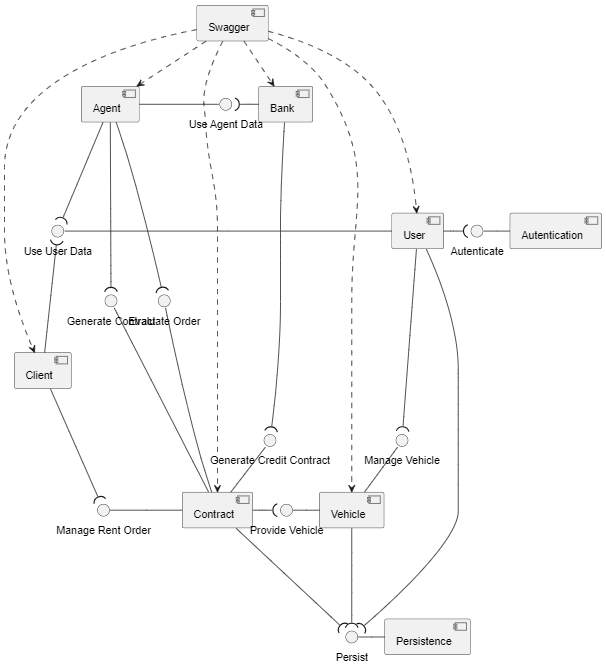
This is projeto 2/project/componentDiagram.png from migueltico2/laboratorio-de-desenvolvimento-de-software, a PlantUML export, as it was before one commit. Its source is kept beside it as projeto 2/project/componentDiagram.plantuml.
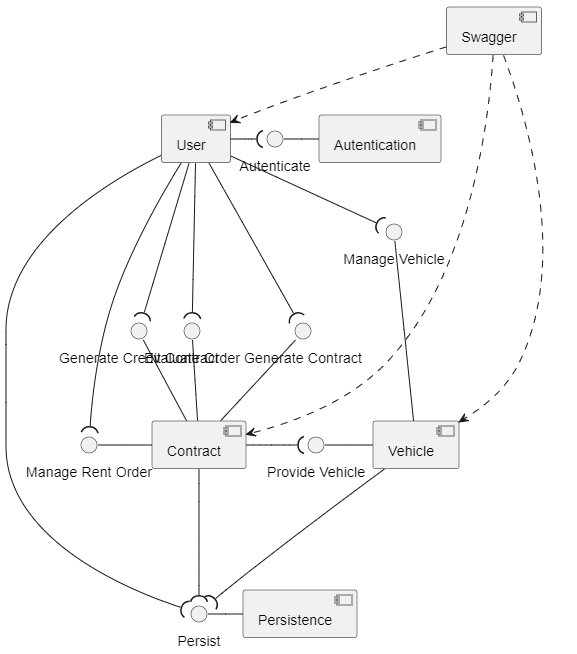
After the change.

The edit, as a diff of the source:
```diff
@@ -1,17 +1,12 @@
 @startuml
 
 component User
-component Client
-component Agent
-component Bank
 component Contract
 component Vehicle
 component Autentication
 component Swagger
 component Persistence
 
-interface "Use User Data" as UserData
-interface "Use Agent Data" as AgentData
 interface Autenticate
 interface "Generate Contract" as GenerateC
 interface "Generate Credit Contract" as GenerateCC
@@ -22,36 +17,25 @@
 interface Persist
 
 Autenticate - Autentication
-UserData - User
-Agent - AgentData
 ProvideV - Vehicle
 MangeV - Vehicle
-GenerateC - Contract
+GenerateC -down- Contract
 GenerateCC - Contract
 EvaluteOrder - Contract
 MangeR - Contract
 Persist - Persistence
 
 Swagger ..> User
-Swagger ..> Client
-Swagger ..> Agent
-Swagger ..> Bank
 Swagger ..> Contract
 Swagger ..> Vehicle
 
 User --right-( Autenticate
-User --down-( MangeV
+User --right-( MangeV
 User --down-( Persist
-
-Client --up-( UserData
-Client --down-( MangeR
-
-Agent ---( UserData
-Agent ---( GenerateC
-Agent ---( EvaluteOrder
-
-Bank --left-( AgentData
-Bank --down-( GenerateCC
+User ---( MangeR
+User ---( GenerateC
+User ---( EvaluteOrder
+User --down-( GenerateCC
 
 Contract --right-( ProvideV
 Contract --down-( Persist
```
